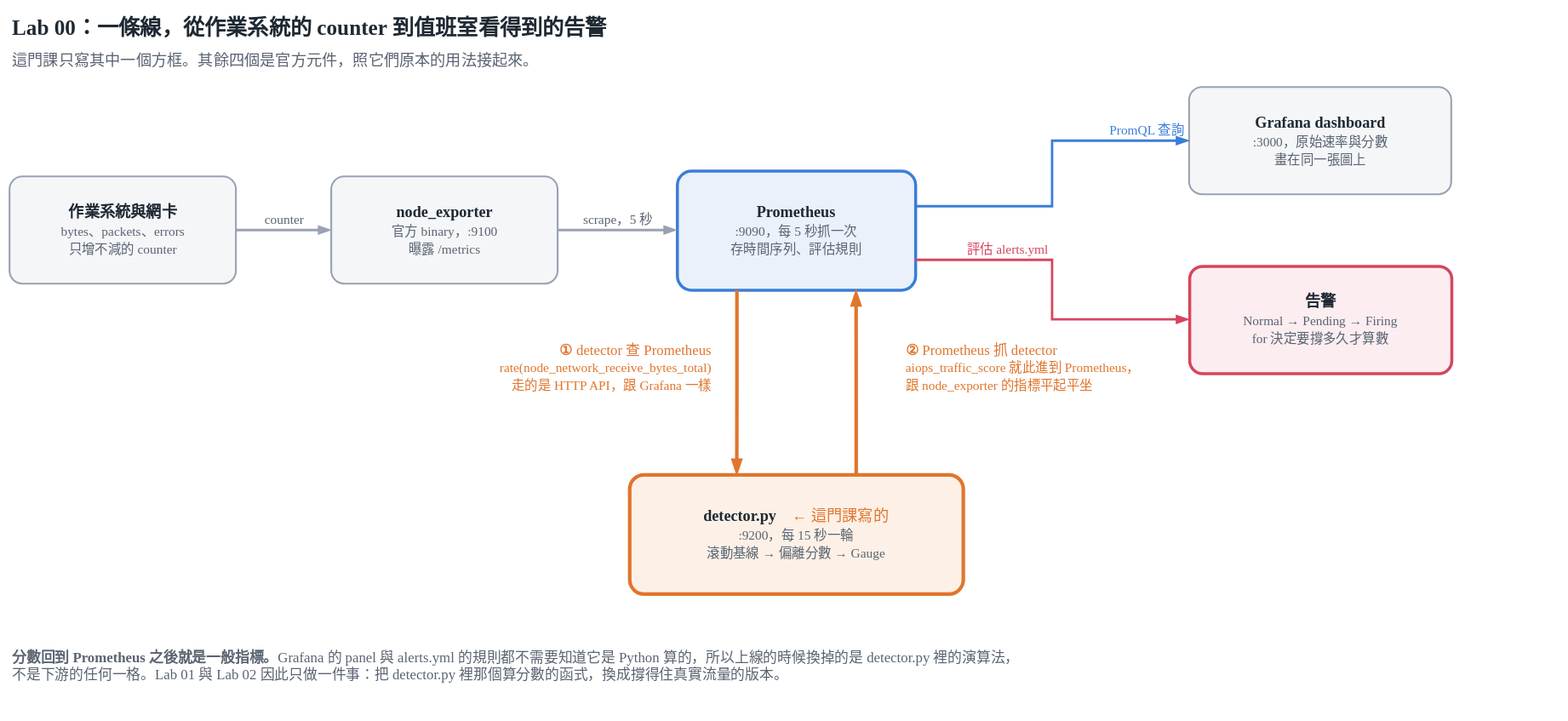
The draw.io diagram labs/workshop/diagrams/lab00_pipeline.svg in kevin880987/aiops-anomaly-zero-to-hero, before a commit. Source tidied: cells renumbered, new cells last; positions are measured from the earlier drawing's top-left corner, leaving out a move shared by most shapes. Its diagram source:
```xml
<mxGraphModel>
  <root>
    <mxCell id="0" />
    <mxCell id="1" parent="0" />
    <mxCell id="2" value="Lab 00：一條線，從作業系統的 counter 到值班室看得到的告警" style="text;html=1;align=left;verticalAlign=middle;fontFamily=Georgia;fontSize=18;fontStyle=1;fontColor=#1F2933;" parent="1" vertex="1">
      <mxGeometry width="1000" height="30" as="geometry" />
    </mxCell>
    <mxCell id="3" value="這門課只寫其中一個方框。其餘四個是官方元件，照它們原本的用法接起來。" style="text;html=1;align=left;verticalAlign=middle;fontFamily=Georgia;fontSize=13;fontColor=#5A6472;" parent="1" vertex="1">
      <mxGeometry y="30" width="1000" height="24" as="geometry" />
    </mxCell>
    <mxCell id="4" value="&lt;b&gt;作業系統與網卡&lt;/b&gt;&lt;br/&gt;&lt;span style=&quot;font-size:11px;color:#5A6472&quot;&gt;bytes、packets、errors&lt;br/&gt;只增不減的 counter&lt;/span&gt;" style="rounded=1;arcSize=12;whiteSpace=wrap;html=1;fillColor=#F4F6F8;strokeColor=#98A2B3;strokeWidth=1.5;fontFamily=Georgia;fontSize=13;fontColor=#1F2933;" parent="1" vertex="1">
      <mxGeometry y="140" width="190" height="90" as="geometry" />
    </mxCell>
    <mxCell id="5" value="&lt;b&gt;node_exporter&lt;/b&gt;&lt;br/&gt;&lt;span style=&quot;font-size:11px;color:#5A6472&quot;&gt;官方 binary，:9100&lt;br/&gt;曝露 /metrics&lt;/span&gt;" style="rounded=1;arcSize=12;whiteSpace=wrap;html=1;fillColor=#F4F6F8;strokeColor=#98A2B3;strokeWidth=1.5;fontFamily=Georgia;fontSize=13;fontColor=#1F2933;" parent="1" vertex="1">
      <mxGeometry x="270" y="140" width="190" height="90" as="geometry" />
    </mxCell>
    <mxCell id="6" value="&lt;b&gt;Prometheus&lt;/b&gt;&lt;br/&gt;&lt;span style=&quot;font-size:11px;color:#5A6472&quot;&gt;:9090，每 5 秒抓一次&lt;br/&gt;存時間序列、評估規則&lt;/span&gt;" style="rounded=1;arcSize=12;whiteSpace=wrap;html=1;fillColor=#EAF1FB;strokeColor=#3B7DD8;strokeWidth=2.5;fontFamily=Georgia;fontSize=13;fontColor=#1F2933;" parent="1" vertex="1">
      <mxGeometry x="560" y="135" width="200" height="100" as="geometry" />
    </mxCell>
    <mxCell id="7" value="&lt;b&gt;detector.py&lt;/b&gt;&lt;span style=&quot;color:#E0752D&quot;&gt;　← 這門課寫的&lt;/span&gt;&lt;br/&gt;&lt;span style=&quot;font-size:11px;color:#5A6472&quot;&gt;:9200，每 15 秒一輪&lt;br/&gt;滾動基線 → 偏離分數 → Gauge&lt;/span&gt;" style="rounded=1;arcSize=12;whiteSpace=wrap;html=1;fillColor=#FDF1E7;strokeColor=#E0752D;strokeWidth=3;fontFamily=Georgia;fontSize=13;fontColor=#1F2933;" parent="1" vertex="1">
      <mxGeometry x="520" y="390" width="280" height="100" as="geometry" />
    </mxCell>
    <mxCell id="8" value="&lt;b&gt;Grafana dashboard&lt;/b&gt;&lt;br/&gt;&lt;span style=&quot;font-size:11px;color:#5A6472&quot;&gt;:3000，原始速率與分數&lt;br/&gt;畫在同一張圖上&lt;/span&gt;" style="rounded=1;arcSize=12;whiteSpace=wrap;html=1;fillColor=#F4F6F8;strokeColor=#98A2B3;strokeWidth=1.5;fontFamily=Georgia;fontSize=13;fontColor=#1F2933;" parent="1" vertex="1">
      <mxGeometry x="990" y="65" width="220" height="90" as="geometry" />
    </mxCell>
    <mxCell id="9" value="&lt;b&gt;告警&lt;/b&gt;&lt;br/&gt;&lt;span style=&quot;font-size:11px;color:#5A6472&quot;&gt;Normal → Pending → Firing&lt;br/&gt;for 決定要撐多久才算數&lt;/span&gt;" style="rounded=1;arcSize=12;whiteSpace=wrap;html=1;fillColor=#FBEDF0;strokeColor=#D6455D;strokeWidth=2.5;fontFamily=Georgia;fontSize=13;fontColor=#1F2933;" parent="1" vertex="1">
      <mxGeometry x="990" y="215" width="220" height="90" as="geometry" />
    </mxCell>
    <mxCell id="10" value="counter" style="edgeStyle=orthogonalEdgeStyle;rounded=0;html=1;strokeColor=#98A2B3;strokeWidth=2;fontFamily=Georgia;fontSize=11;fontColor=#5A6472;verticalAlign=bottom;labelBackgroundColor=none;endArrow=blockThin;endFill=1;" parent="1" edge="1" source="4" target="5">
      <mxGeometry relative="1" as="geometry" />
    </mxCell>
    <mxCell id="11" value="scrape，5 秒" style="edgeStyle=orthogonalEdgeStyle;rounded=0;html=1;strokeColor=#98A2B3;strokeWidth=2;fontFamily=Georgia;fontSize=11;fontColor=#5A6472;verticalAlign=bottom;labelBackgroundColor=none;endArrow=blockThin;endFill=1;" parent="1" edge="1" source="5" target="6">
      <mxGeometry relative="1" as="geometry" />
    </mxCell>
    <mxCell id="12" value="PromQL 查詢" style="edgeStyle=orthogonalEdgeStyle;rounded=0;html=1;strokeColor=#3B7DD8;strokeWidth=2;fontFamily=Georgia;fontSize=11;fontColor=#3B7DD8;verticalAlign=bottom;labelBackgroundColor=none;endArrow=blockThin;endFill=1;exitX=1;exitY=0.3;exitDx=0;exitDy=0;entryX=0;entryY=0.5;entryDx=0;entryDy=0;" parent="1" edge="1" source="6" target="8">
      <mxGeometry x="0.75" relative="1" as="geometry" />
    </mxCell>
    <mxCell id="13" value="評估 alerts.yml" style="edgeStyle=orthogonalEdgeStyle;rounded=0;html=1;strokeColor=#D6455D;strokeWidth=2;fontFamily=Georgia;fontSize=11;fontColor=#D6455D;verticalAlign=bottom;labelBackgroundColor=none;endArrow=blockThin;endFill=1;exitX=1;exitY=0.75;exitDx=0;exitDy=0;entryX=0;entryY=0.5;entryDx=0;entryDy=0;" parent="1" edge="1" source="6" target="9">
      <mxGeometry x="-0.45" relative="1" as="geometry" />
    </mxCell>
    <mxCell id="14" style="edgeStyle=orthogonalEdgeStyle;rounded=0;html=1;strokeColor=#E0752D;strokeWidth=3;endArrow=blockThin;endFill=1;exitX=0.25;exitY=1;exitDx=0;exitDy=0;entryX=0.321;entryY=0;entryDx=0;entryDy=0;" parent="1" edge="1" source="6" target="7">
      <mxGeometry relative="1" as="geometry" />
    </mxCell>
    <mxCell id="15" style="edgeStyle=orthogonalEdgeStyle;rounded=0;html=1;strokeColor=#E0752D;strokeWidth=3;endArrow=blockThin;endFill=1;exitX=0.679;exitY=0;exitDx=0;exitDy=0;entryX=0.75;entryY=1;entryDx=0;entryDy=0;" parent="1" edge="1" source="7" target="6">
      <mxGeometry relative="1" as="geometry" />
    </mxCell>
    <mxCell id="16" value="&lt;b&gt;①&lt;/b&gt; detector 查 Prometheus&lt;br/&gt;&lt;span style=&quot;font-size:11px&quot;&gt;rate(node_network_receive_bytes_total)&lt;br/&gt;走的是 HTTP API，跟 Grafana 一樣&lt;/span&gt;" style="text;html=1;align=right;verticalAlign=middle;fontFamily=Georgia;fontSize=12;fontColor=#E0752D;" parent="1" vertex="1">
      <mxGeometry x="140" y="270" width="450" height="60" as="geometry" />
    </mxCell>
    <mxCell id="17" value="&lt;b&gt;②&lt;/b&gt; Prometheus 抓 detector&lt;br/&gt;&lt;span style=&quot;font-size:11px&quot;&gt;aiops_traffic_score 就此進到 Prometheus，&lt;br/&gt;跟 node_exporter 的指標平起平坐&lt;/span&gt;" style="text;html=1;align=left;verticalAlign=middle;fontFamily=Georgia;fontSize=12;fontColor=#E0752D;" parent="1" vertex="1">
      <mxGeometry x="750" y="270" width="440" height="60" as="geometry" />
    </mxCell>
    <mxCell id="18" value="&lt;b&gt;分數回到 Prometheus 之後就是一般指標。&lt;/b&gt;Grafana 的 panel 與 alerts.yml 的規則都不需要知道它是 Python 算的，所以上線的時候換掉的是 detector.py 裡的演算法，&lt;br/&gt;不是下游的任何一格。Lab 01 與 Lab 02 因此只做一件事：把 detector.py 裡那個算分數的函式，換成撐得住真實流量的版本。" style="text;html=1;align=left;verticalAlign=top;fontFamily=Georgia;fontSize=12;fontColor=#5A6472;" parent="1" vertex="1">
      <mxGeometry y="530" width="1290" height="50" as="geometry" />
    </mxCell>
  </root>
</mxGraphModel>
```
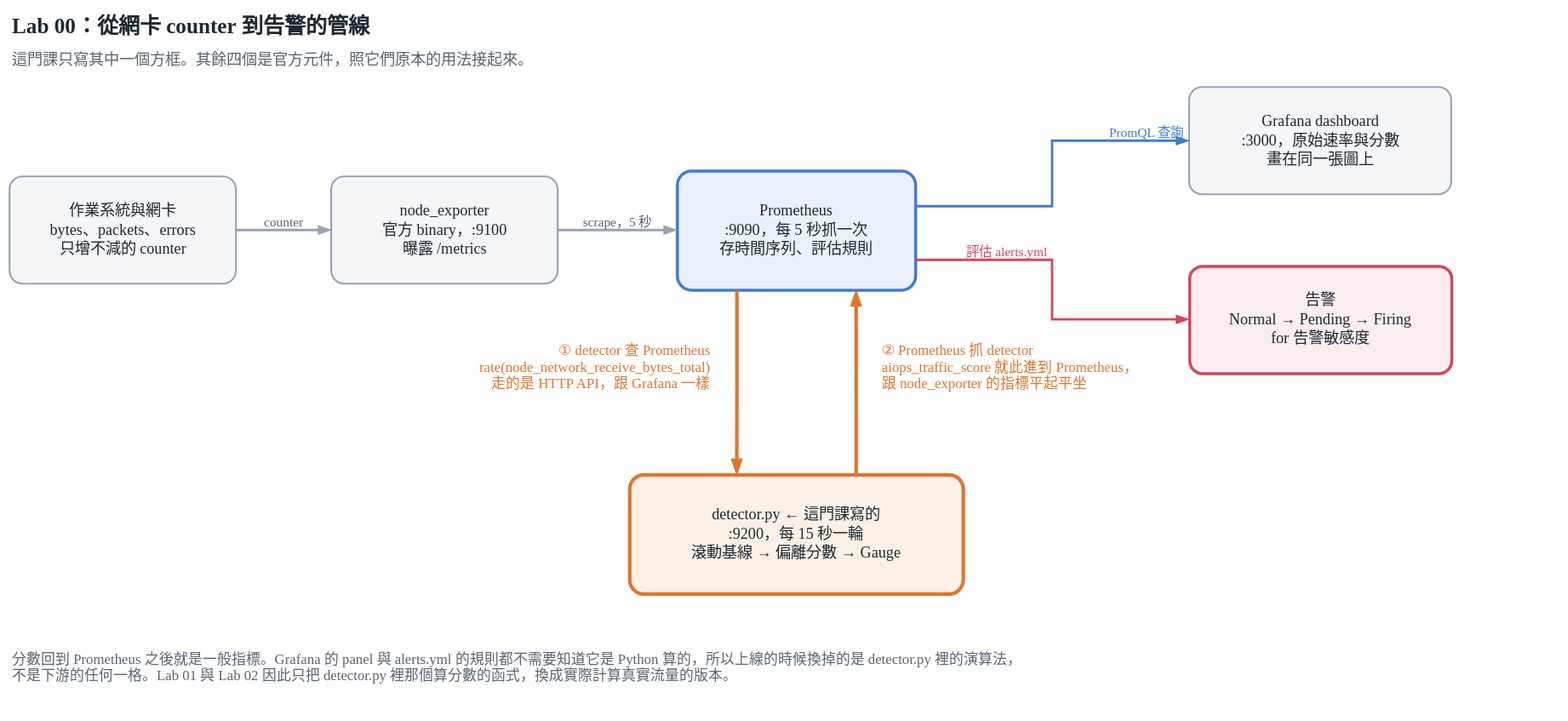
Later version of the same file.

Change to the diagram source:
```diff
@@ -1,8 +1,8 @@
-<mxGraphModel>
+<mxGraphModel background="#FFFFFF">
   <root>
     <mxCell id="0" />
     <mxCell id="1" parent="0" />
-    <mxCell id="2" value="Lab 00：一條線，從作業系統的 counter 到值班室看得到的告警" style="text;html=1;align=left;verticalAlign=middle;fontFamily=Georgia;fontSize=18;fontStyle=1;fontColor=#1F2933;" parent="1" vertex="1">
+    <mxCell id="2" value="Lab 00：從網卡 counter 到告警的管線" style="text;html=1;align=left;verticalAlign=middle;fontFamily=Georgia;fontSize=18;fontStyle=1;fontColor=#1F2933;" parent="1" vertex="1">
       <mxGeometry width="1000" height="30" as="geometry" />
     </mxCell>
     <mxCell id="3" value="這門課只寫其中一個方框。其餘四個是官方元件，照它們原本的用法接起來。" style="text;html=1;align=left;verticalAlign=middle;fontFamily=Georgia;fontSize=13;fontColor=#5A6472;" parent="1" vertex="1">
@@ -23,7 +23,7 @@
     <mxCell id="8" value="&lt;b&gt;Grafana dashboard&lt;/b&gt;&lt;br/&gt;&lt;span style=&quot;font-size:11px;color:#5A6472&quot;&gt;:3000，原始速率與分數&lt;br/&gt;畫在同一張圖上&lt;/span&gt;" style="rounded=1;arcSize=12;whiteSpace=wrap;html=1;fillColor=#F4F6F8;strokeColor=#98A2B3;strokeWidth=1.5;fontFamily=Georgia;fontSize=13;fontColor=#1F2933;" parent="1" vertex="1">
       <mxGeometry x="990" y="65" width="220" height="90" as="geometry" />
     </mxCell>
-    <mxCell id="9" value="&lt;b&gt;告警&lt;/b&gt;&lt;br/&gt;&lt;span style=&quot;font-size:11px;color:#5A6472&quot;&gt;Normal → Pending → Firing&lt;br/&gt;for 決定要撐多久才算數&lt;/span&gt;" style="rounded=1;arcSize=12;whiteSpace=wrap;html=1;fillColor=#FBEDF0;strokeColor=#D6455D;strokeWidth=2.5;fontFamily=Georgia;fontSize=13;fontColor=#1F2933;" parent="1" vertex="1">
+    <mxCell id="9" value="&lt;b&gt;告警&lt;/b&gt;&lt;br&gt;&lt;span style=&quot;font-size: 11px; color: rgb(90, 100, 114);&quot;&gt;Normal → Pending → Firing&lt;br&gt;for 告警敏感度&lt;/span&gt;" style="rounded=1;arcSize=12;whiteSpace=wrap;html=1;fillColor=#FBEDF0;strokeColor=#D6455D;strokeWidth=2.5;fontFamily=Georgia;fontSize=13;fontColor=#1F2933;" parent="1" vertex="1">
       <mxGeometry x="990" y="215" width="220" height="90" as="geometry" />
     </mxCell>
     <mxCell id="10" value="counter" style="edgeStyle=orthogonalEdgeStyle;rounded=0;html=1;strokeColor=#98A2B3;strokeWidth=2;fontFamily=Georgia;fontSize=11;fontColor=#5A6472;verticalAlign=bottom;labelBackgroundColor=none;endArrow=blockThin;endFill=1;" parent="1" edge="1" source="4" target="5">
@@ -48,9 +48,9 @@
       <mxGeometry x="140" y="270" width="450" height="60" as="geometry" />
     </mxCell>
     <mxCell id="17" value="&lt;b&gt;②&lt;/b&gt; Prometheus 抓 detector&lt;br/&gt;&lt;span style=&quot;font-size:11px&quot;&gt;aiops_traffic_score 就此進到 Prometheus，&lt;br/&gt;跟 node_exporter 的指標平起平坐&lt;/span&gt;" style="text;html=1;align=left;verticalAlign=middle;fontFamily=Georgia;fontSize=12;fontColor=#E0752D;" parent="1" vertex="1">
-      <mxGeometry x="750" y="270" width="440" height="60" as="geometry" />
+      <mxGeometry x="730" y="270" width="440" height="60" as="geometry" />
     </mxCell>
-    <mxCell id="18" value="&lt;b&gt;分數回到 Prometheus 之後就是一般指標。&lt;/b&gt;Grafana 的 panel 與 alerts.yml 的規則都不需要知道它是 Python 算的，所以上線的時候換掉的是 detector.py 裡的演算法，&lt;br/&gt;不是下游的任何一格。Lab 01 與 Lab 02 因此只做一件事：把 detector.py 裡那個算分數的函式，換成撐得住真實流量的版本。" style="text;html=1;align=left;verticalAlign=top;fontFamily=Georgia;fontSize=12;fontColor=#5A6472;" parent="1" vertex="1">
+    <mxCell id="18" value="&lt;b&gt;分數回到 Prometheus 之後就是一般指標。&lt;/b&gt;Grafana 的 panel 與 alerts.yml 的規則都不需要知道它是 Python 算的，所以上線的時候換掉的是 detector.py 裡的演算法，&lt;br&gt;不是下游的任何一格。Lab 01 與 Lab 02 因此只把 detector.py 裡那個算分數的函式，換成實際計算真實流量的版本。" style="text;html=1;align=left;verticalAlign=top;fontFamily=Georgia;fontSize=12;fontColor=#5A6472;" parent="1" vertex="1">
       <mxGeometry y="530" width="1290" height="50" as="geometry" />
     </mxCell>
   </root>
```
